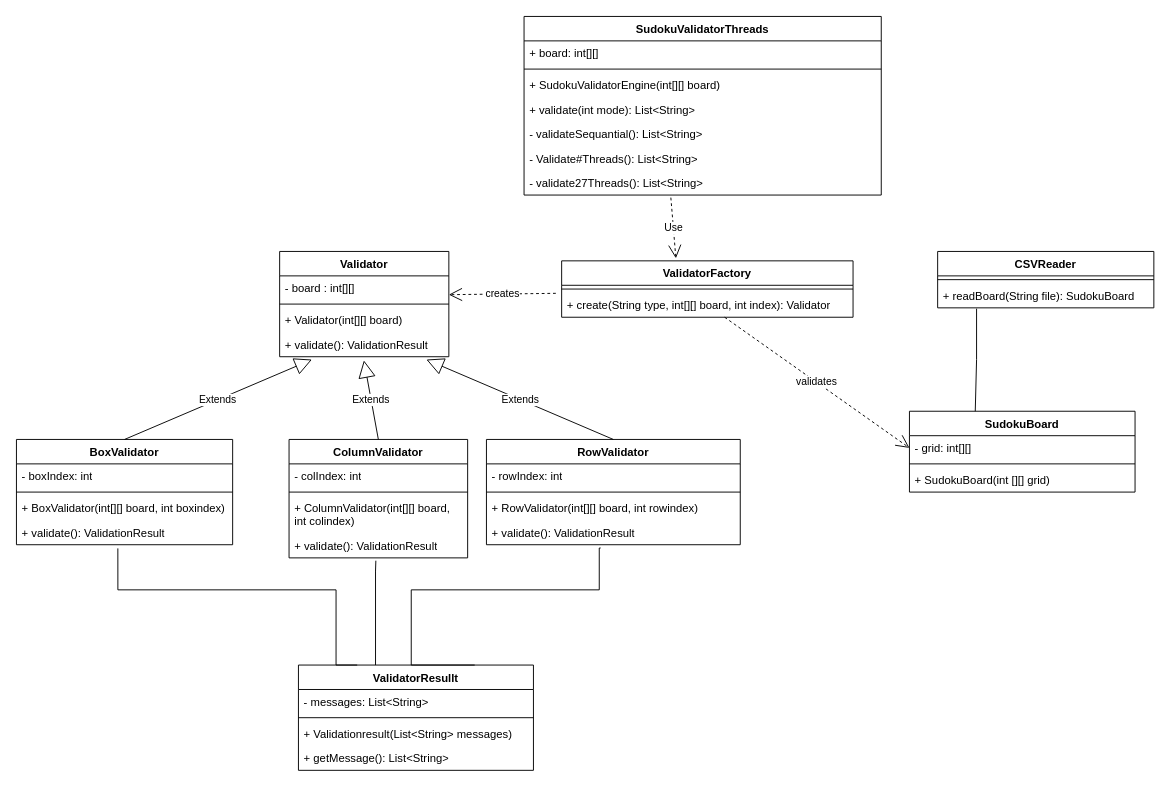
Above: SudokuVerifierClassDiagram.drawio in ahmed-elmasryy/SkillForge-UML-Design (draw.io), before the change. Source tidied: cells renumbered, new cells numbered last; positions are measured from the earlier drawing's top-left corner, leaving out a move shared by most shapes. Both pictures are drawn from the tidied source at 94%, with x=0, y=0 at pixel (16, 16).
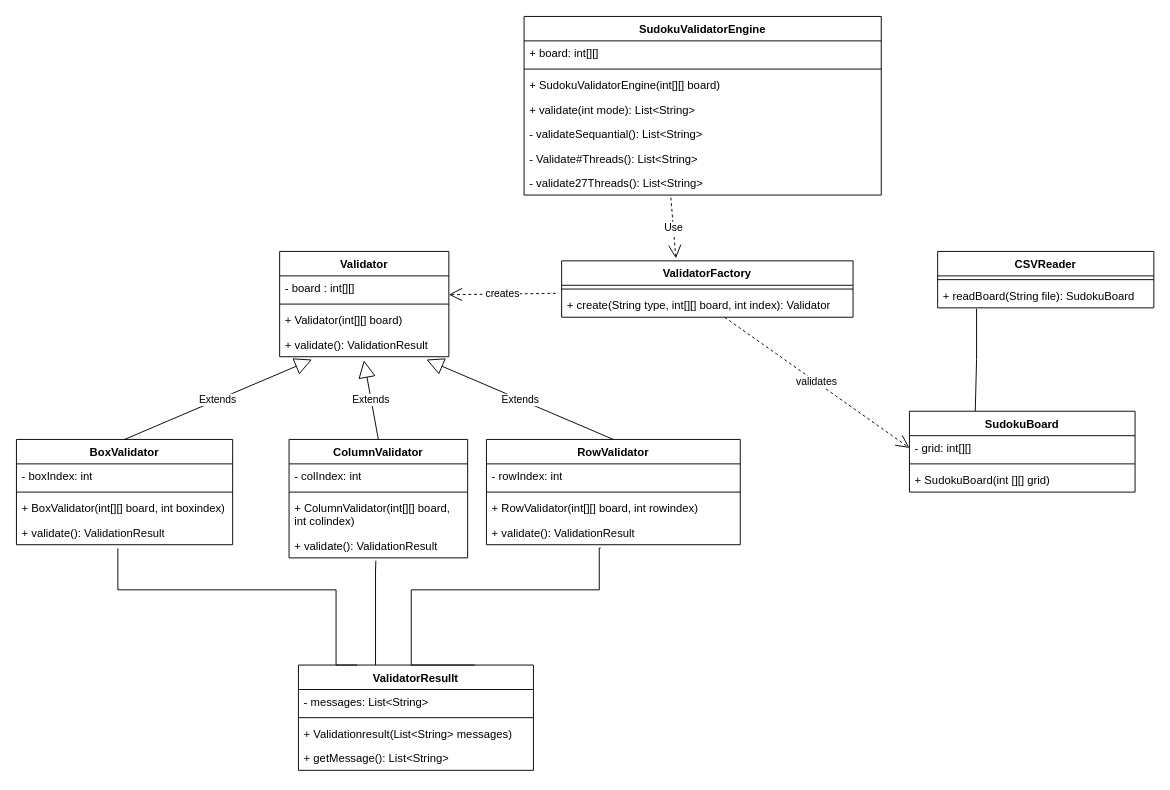
After the change.

What changed in the source:
```diff
@@
-    <mxCell id="40" value="SudokuValidatorThreads" style="swimlane;fontStyle=1;align=center;verticalAlign=top;horizontal=1;startSize=26;whiteSpace=wrap;html=1;" parent="1" vertex="1">
+    <mxCell id="40" value="SudokuValidatorEngine" style="swimlane;fontStyle=1;align=center;verticalAlign=top;horizontal=1;startSize=26;whiteSpace=wrap;html=1;" parent="1" vertex="1">
       <mxGeometry x="540" width="380" height="190" as="geometry" />
     </mxCell>
```
